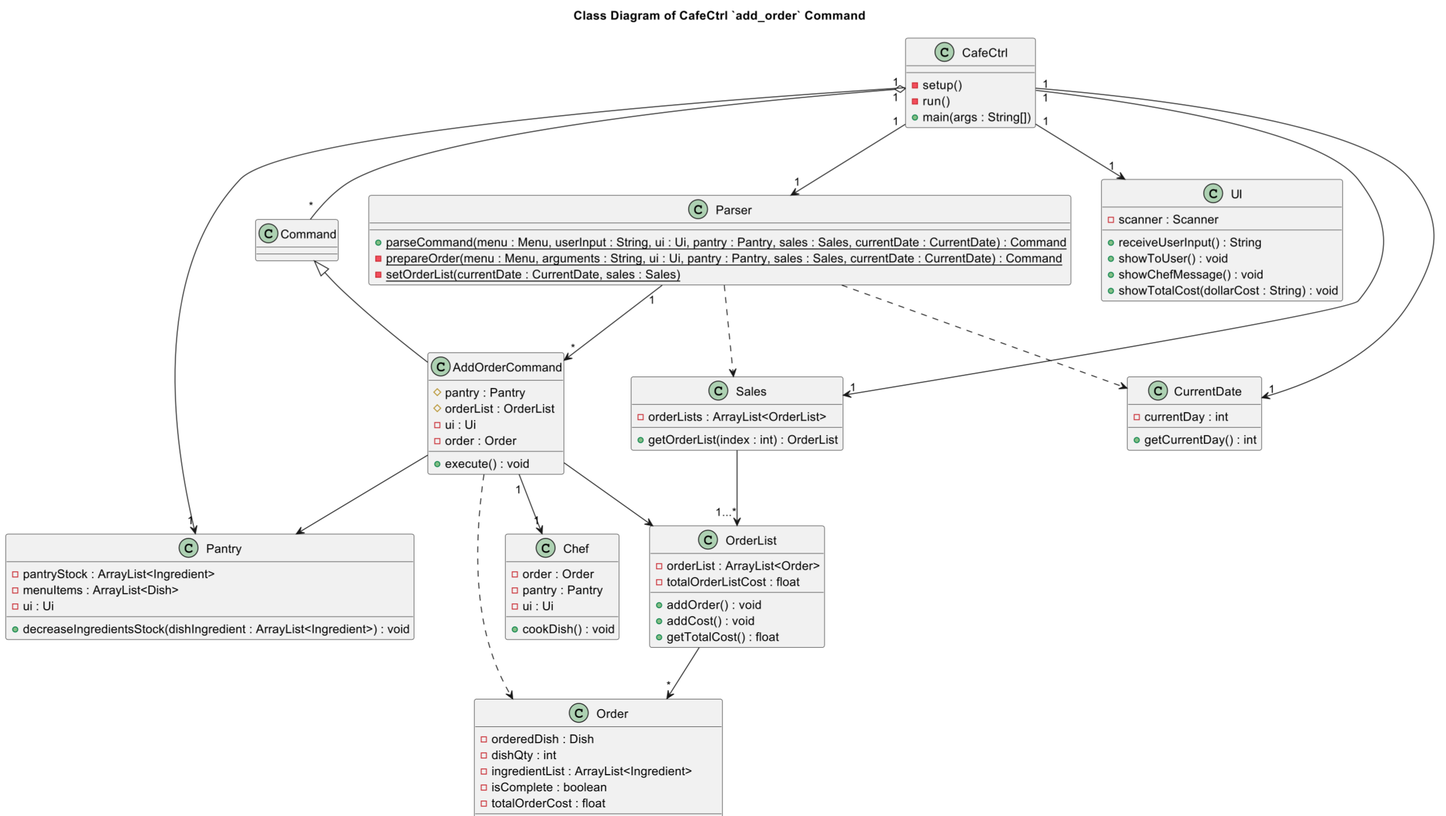
nus-cs2113-AY2324S1/tp keeps this PlantUML diagram as docs/images/class/AddOrderCommandClass.png. Above is the earlier version. Its source is kept beside it as docs/diagrams/class/AddOrderCommandClass.puml.
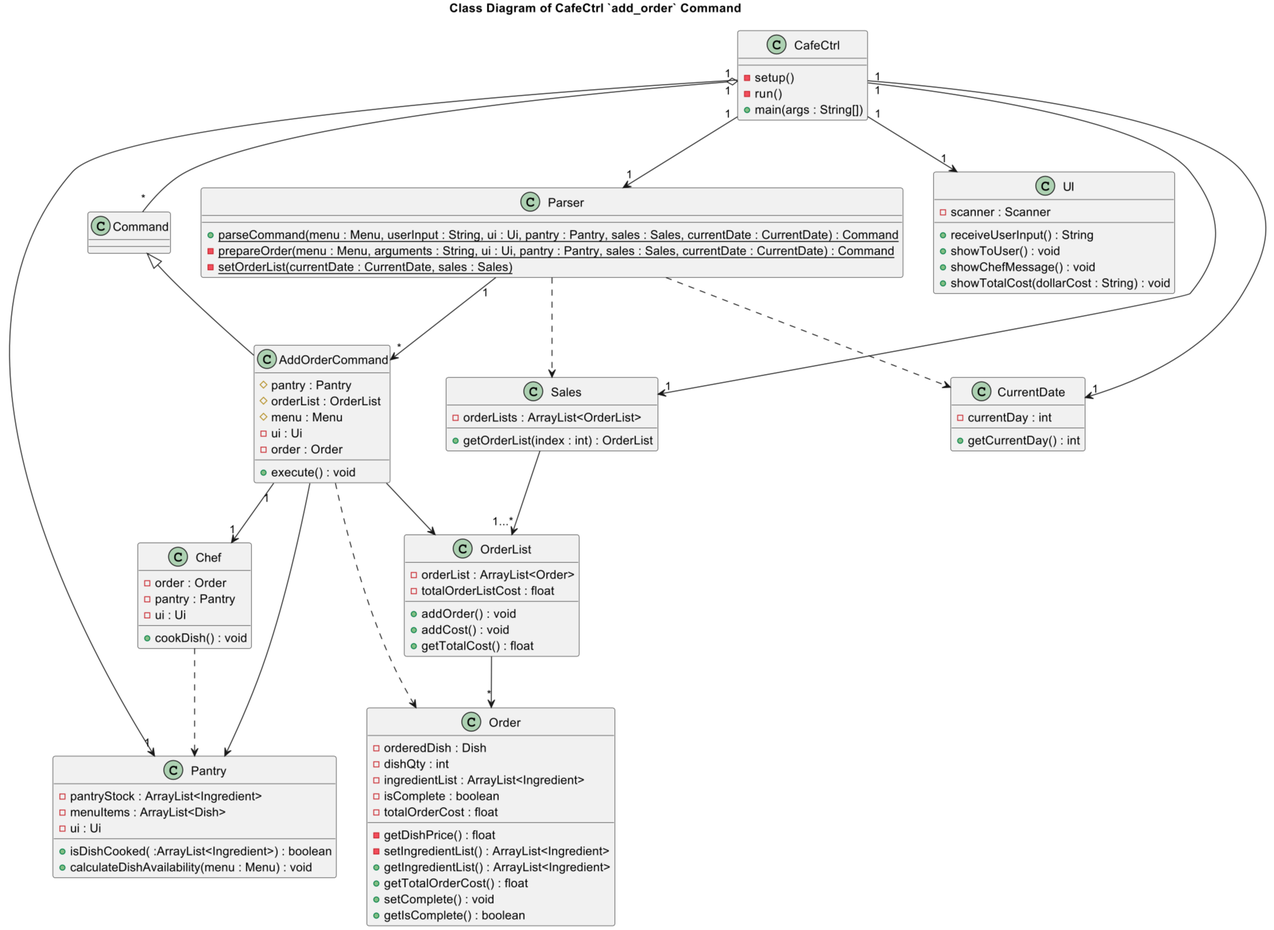
The same file after the commit.

Change to the diagram source:
```diff
@@ -19,6 +19,7 @@
 AddOrderCommand ..> Order
 OrderList --> "*" Order
 Sales --> "1...*" OrderList
+Chef ..> Pantry
 
 class CafeCtrl {
 - setup()
@@ -41,6 +42,7 @@
 class AddOrderCommand {
 # pantry : Pantry
 # orderList : OrderList
+# menu : Menu
 - ui : Ui
 - order : Order
 + execute() : void
@@ -85,7 +87,8 @@
 - pantryStock : ArrayList<Ingredient>
 - menuItems : ArrayList<Dish>
 - ui : Ui
-+ decreaseIngredientsStock(dishIngredient : ArrayList<Ingredient>) : void
++ isDishCooked( :ArrayList<Ingredient>) : boolean
++ calculateDishAvailability(menu : Menu) : void
 }
 
 class Sales {
```
